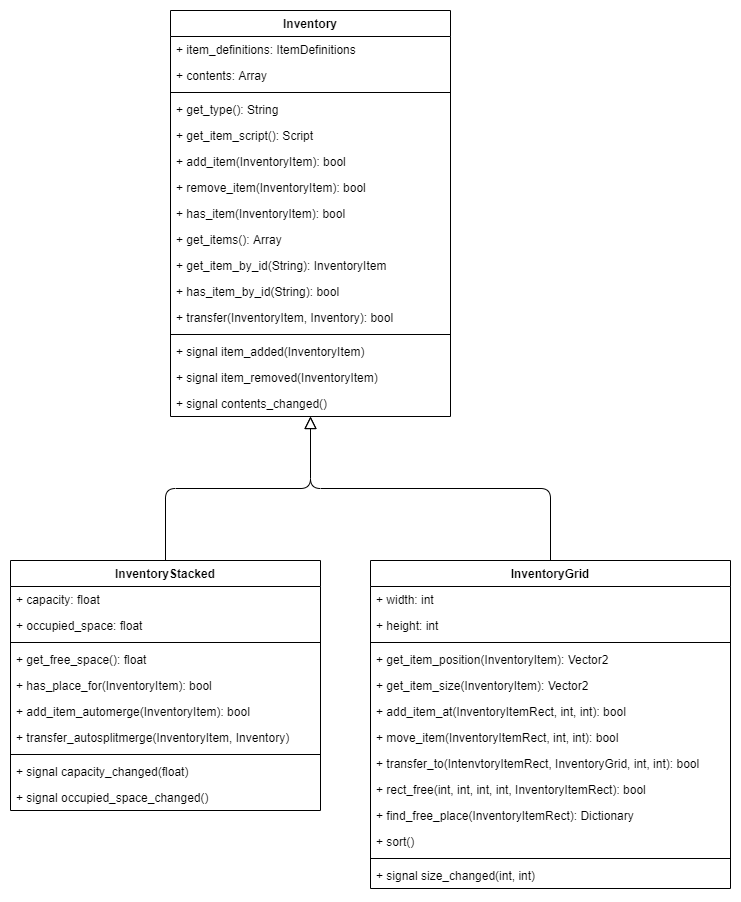
This is images/cd_inventory.png from peter-kish/gloot, a draw.io export, as it was before one commit. Source tidied: cells renumbered, new cells last; positions are measured from the earlier drawing's top-left corner, leaving out a move shared by most shapes.
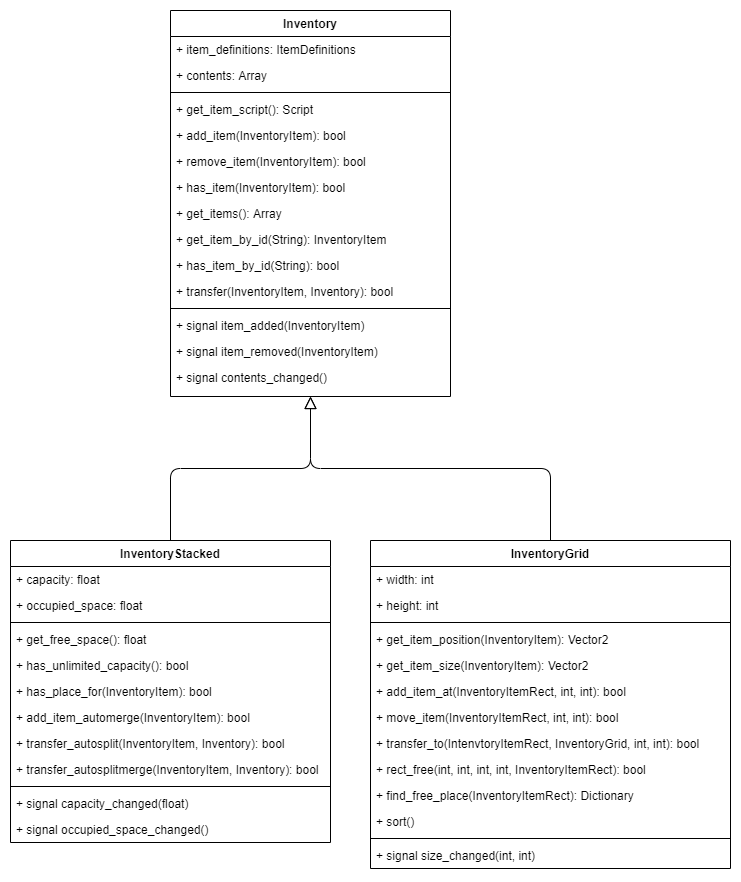
The same file after the commit.

Diff of the diagram source:
```diff
@@ -3,7 +3,7 @@
     <mxCell id="0" />
     <mxCell id="1" parent="0" />
     <mxCell id="2" value="Inventory" style="swimlane;fontStyle=1;align=center;verticalAlign=top;horizontal=1;startSize=26;shadow=0;strokeWidth=1;" parent="1" vertex="1">
-      <mxGeometry x="160" width="280" height="406" as="geometry" />
+      <mxGeometry x="160" width="280" height="386" as="geometry" />
     </mxCell>
     <mxCell id="3" value="+ item_definitions: ItemDefinitions" style="text;strokeColor=none;fillColor=none;align=left;verticalAlign=top;spacingLeft=4;spacingRight=4;overflow=hidden;" parent="2" vertex="1">
       <mxGeometry y="26" width="280" height="26" as="geometry" />
@@ -14,125 +14,128 @@
     <mxCell id="5" style="line;strokeWidth=1;fillColor=none;align=left;verticalAlign=middle;spacingTop=-1;spacingLeft=3;spacingRight=3;labelPosition=right;" parent="2" vertex="1">
       <mxGeometry y="78" width="280" height="8" as="geometry" />
     </mxCell>
-    <mxCell id="6" value="+ get_type(): String" style="text;strokeColor=none;fillColor=none;align=left;verticalAlign=top;spacingLeft=4;spacingRight=4;overflow=hidden;" parent="2" vertex="1">
+    <mxCell id="6" value="+ get_item_script(): Script" style="text;strokeColor=none;fillColor=none;align=left;verticalAlign=top;spacingLeft=4;spacingRight=4;overflow=hidden;" parent="2" vertex="1">
       <mxGeometry y="86" width="280" height="26" as="geometry" />
     </mxCell>
-    <mxCell id="7" value="+ get_item_script(): Script" style="text;strokeColor=none;fillColor=none;align=left;verticalAlign=top;spacingLeft=4;spacingRight=4;overflow=hidden;" parent="2" vertex="1">
+    <mxCell id="7" value="+ add_item(InventoryItem): bool" style="text;strokeColor=none;fillColor=none;align=left;verticalAlign=top;spacingLeft=4;spacingRight=4;overflow=hidden;" parent="2" vertex="1">
       <mxGeometry y="112" width="280" height="26" as="geometry" />
     </mxCell>
-    <mxCell id="8" value="+ add_item(InventoryItem): bool" style="text;strokeColor=none;fillColor=none;align=left;verticalAlign=top;spacingLeft=4;spacingRight=4;overflow=hidden;" parent="2" vertex="1">
+    <mxCell id="8" value="+ remove_item(InventoryItem): bool" style="text;align=left;verticalAlign=top;spacingLeft=4;spacingRight=4;overflow=hidden;fontStyle=0;" parent="2" vertex="1">
       <mxGeometry y="138" width="280" height="26" as="geometry" />
     </mxCell>
-    <mxCell id="9" value="+ remove_item(InventoryItem): bool" style="text;align=left;verticalAlign=top;spacingLeft=4;spacingRight=4;overflow=hidden;fontStyle=0;" parent="2" vertex="1">
+    <mxCell id="9" value="+ has_item(InventoryItem): bool" style="text;align=left;verticalAlign=top;spacingLeft=4;spacingRight=4;overflow=hidden;fontStyle=0;" parent="2" vertex="1">
       <mxGeometry y="164" width="280" height="26" as="geometry" />
     </mxCell>
-    <mxCell id="10" value="+ has_item(InventoryItem): bool" style="text;align=left;verticalAlign=top;spacingLeft=4;spacingRight=4;overflow=hidden;fontStyle=0;" parent="2" vertex="1">
+    <mxCell id="10" value="+ get_items(): Array" style="text;align=left;verticalAlign=top;spacingLeft=4;spacingRight=4;overflow=hidden;fontStyle=0;" parent="2" vertex="1">
       <mxGeometry y="190" width="280" height="26" as="geometry" />
     </mxCell>
-    <mxCell id="11" value="+ get_items(): Array" style="text;align=left;verticalAlign=top;spacingLeft=4;spacingRight=4;overflow=hidden;fontStyle=0;" parent="2" vertex="1">
+    <mxCell id="11" value="+ get_item_by_id(String): InventoryItem" style="text;align=left;verticalAlign=top;spacingLeft=4;spacingRight=4;overflow=hidden;fontStyle=0;" parent="2" vertex="1">
       <mxGeometry y="216" width="280" height="26" as="geometry" />
     </mxCell>
-    <mxCell id="12" value="+ get_item_by_id(String): InventoryItem" style="text;align=left;verticalAlign=top;spacingLeft=4;spacingRight=4;overflow=hidden;fontStyle=0;" parent="2" vertex="1">
+    <mxCell id="12" value="+ has_item_by_id(String): bool" style="text;align=left;verticalAlign=top;spacingLeft=4;spacingRight=4;overflow=hidden;fontStyle=0;" parent="2" vertex="1">
       <mxGeometry y="242" width="280" height="26" as="geometry" />
     </mxCell>
-    <mxCell id="13" value="+ has_item_by_id(String): bool" style="text;align=left;verticalAlign=top;spacingLeft=4;spacingRight=4;overflow=hidden;fontStyle=0;" parent="2" vertex="1">
+    <mxCell id="13" value="+ transfer(InventoryItem, Inventory): bool" style="text;align=left;verticalAlign=top;spacingLeft=4;spacingRight=4;overflow=hidden;fontStyle=0;" parent="2" vertex="1">
       <mxGeometry y="268" width="280" height="26" as="geometry" />
     </mxCell>
-    <mxCell id="14" value="+ transfer(InventoryItem, Inventory): bool" style="text;align=left;verticalAlign=top;spacingLeft=4;spacingRight=4;overflow=hidden;fontStyle=0;" parent="2" vertex="1">
-      <mxGeometry y="294" width="280" height="26" as="geometry" />
+    <mxCell id="14" style="line;html=1;strokeWidth=1;align=left;verticalAlign=middle;spacingTop=-1;spacingLeft=3;spacingRight=3;labelPosition=right;" parent="2" vertex="1">
+      <mxGeometry y="294" width="280" height="8" as="geometry" />
     </mxCell>
-    <mxCell id="15" style="line;html=1;strokeWidth=1;align=left;verticalAlign=middle;spacingTop=-1;spacingLeft=3;spacingRight=3;labelPosition=right;" parent="2" vertex="1">
-      <mxGeometry y="320" width="280" height="8" as="geometry" />
+    <mxCell id="15" value="+ signal item_added(InventoryItem)" style="text;strokeColor=none;fillColor=none;align=left;verticalAlign=top;spacingLeft=4;spacingRight=4;overflow=hidden;" parent="2" vertex="1">
+      <mxGeometry y="302" width="280" height="26" as="geometry" />
     </mxCell>
-    <mxCell id="16" value="+ signal item_added(InventoryItem)" style="text;strokeColor=none;fillColor=none;align=left;verticalAlign=top;spacingLeft=4;spacingRight=4;overflow=hidden;" parent="2" vertex="1">
+    <mxCell id="16" value="+ signal item_removed(InventoryItem)" style="text;strokeColor=none;fillColor=none;align=left;verticalAlign=top;spacingLeft=4;spacingRight=4;overflow=hidden;" parent="2" vertex="1">
       <mxGeometry y="328" width="280" height="26" as="geometry" />
     </mxCell>
-    <mxCell id="17" value="+ signal item_removed(InventoryItem)" style="text;strokeColor=none;fillColor=none;align=left;verticalAlign=top;spacingLeft=4;spacingRight=4;overflow=hidden;" parent="2" vertex="1">
+    <mxCell id="17" value="+ signal contents_changed()" style="text;strokeColor=none;fillColor=none;align=left;verticalAlign=top;spacingLeft=4;spacingRight=4;overflow=hidden;" parent="2" vertex="1">
       <mxGeometry y="354" width="280" height="26" as="geometry" />
     </mxCell>
-    <mxCell id="18" value="+ signal contents_changed()" style="text;strokeColor=none;fillColor=none;align=left;verticalAlign=top;spacingLeft=4;spacingRight=4;overflow=hidden;points=[[0,0.5],[1,0.5]];portConstraint=eastwest;" parent="2" vertex="1">
-      <mxGeometry y="380" width="280" height="26" as="geometry" />
+    <mxCell id="18" value="InventoryStacked" style="swimlane;fontStyle=1;align=center;verticalAlign=top;horizontal=1;startSize=26;shadow=0;strokeWidth=1;" parent="1" vertex="1">
+      <mxGeometry y="530" width="320" height="302" as="geometry" />
     </mxCell>
-    <mxCell id="19" value="InventoryStacked" style="swimlane;fontStyle=1;align=center;verticalAlign=top;horizontal=1;startSize=26;shadow=0;strokeWidth=1;" parent="1" vertex="1">
-      <mxGeometry y="550" width="310" height="250" as="geometry" />
+    <mxCell id="19" value="+ capacity: float" style="text;align=left;verticalAlign=top;spacingLeft=4;spacingRight=4;overflow=hidden;points=[[0,0.5],[1,0.5]];portConstraint=eastwest;" parent="18" vertex="1">
+      <mxGeometry y="26" width="320" height="26" as="geometry" />
     </mxCell>
-    <mxCell id="20" value="+ capacity: float" style="text;align=left;verticalAlign=top;spacingLeft=4;spacingRight=4;overflow=hidden;" parent="19" vertex="1">
-      <mxGeometry y="26" width="310" height="26" as="geometry" />
+    <mxCell id="20" value="+ occupied_space: float" style="text;strokeColor=none;fillColor=none;align=left;verticalAlign=top;spacingLeft=4;spacingRight=4;overflow=hidden;" parent="18" vertex="1">
+      <mxGeometry y="52" width="320" height="26" as="geometry" />
     </mxCell>
-    <mxCell id="21" value="+ occupied_space: float" style="text;strokeColor=none;fillColor=none;align=left;verticalAlign=top;spacingLeft=4;spacingRight=4;overflow=hidden;" parent="19" vertex="1">
-      <mxGeometry y="52" width="310" height="26" as="geometry" />
+    <mxCell id="21" style="line;html=1;strokeWidth=1;align=left;verticalAlign=middle;spacingTop=-1;spacingLeft=3;spacingRight=3;labelPosition=right;" parent="18" vertex="1">
+      <mxGeometry y="78" width="320" height="8" as="geometry" />
     </mxCell>
-    <mxCell id="22" style="line;html=1;strokeWidth=1;align=left;verticalAlign=middle;spacingTop=-1;spacingLeft=3;spacingRight=3;labelPosition=right;" parent="19" vertex="1">
-      <mxGeometry y="78" width="310" height="8" as="geometry" />
+    <mxCell id="22" value="+ get_free_space(): float" style="text;strokeColor=none;fillColor=none;align=left;verticalAlign=top;spacingLeft=4;spacingRight=4;overflow=hidden;" parent="18" vertex="1">
+      <mxGeometry y="86" width="320" height="26" as="geometry" />
     </mxCell>
-    <mxCell id="23" value="+ get_free_space(): float" style="text;strokeColor=none;fillColor=none;align=left;verticalAlign=top;spacingLeft=4;spacingRight=4;overflow=hidden;" parent="19" vertex="1">
-      <mxGeometry y="86" width="310" height="26" as="geometry" />
+    <mxCell id="23" value="+ has_unlimited_capacity(): bool" style="text;strokeColor=none;fillColor=none;align=left;verticalAlign=top;spacingLeft=4;spacingRight=4;overflow=hidden;" parent="18" vertex="1">
+      <mxGeometry y="112" width="320" height="26" as="geometry" />
     </mxCell>
-    <mxCell id="24" value="+ has_place_for(InventoryItem): bool" style="text;strokeColor=none;fillColor=none;align=left;verticalAlign=top;spacingLeft=4;spacingRight=4;overflow=hidden;" parent="19" vertex="1">
-      <mxGeometry y="112" width="310" height="26" as="geometry" />
+    <mxCell id="24" value="+ has_place_for(InventoryItem): bool" style="text;strokeColor=none;fillColor=none;align=left;verticalAlign=top;spacingLeft=4;spacingRight=4;overflow=hidden;" parent="18" vertex="1">
+      <mxGeometry y="138" width="320" height="26" as="geometry" />
     </mxCell>
-    <mxCell id="25" value="+ add_item_automerge(InventoryItem): bool" style="text;strokeColor=none;fillColor=none;align=left;verticalAlign=top;spacingLeft=4;spacingRight=4;overflow=hidden;" parent="19" vertex="1">
-      <mxGeometry y="138" width="310" height="26" as="geometry" />
+    <mxCell id="25" value="+ add_item_automerge(InventoryItem): bool" style="text;strokeColor=none;fillColor=none;align=left;verticalAlign=top;spacingLeft=4;spacingRight=4;overflow=hidden;" parent="18" vertex="1">
+      <mxGeometry y="164" width="320" height="26" as="geometry" />
     </mxCell>
-    <mxCell id="26" value="+ transfer_autosplitmerge(InventoryItem, Inventory)" style="text;strokeColor=none;fillColor=none;align=left;verticalAlign=top;spacingLeft=4;spacingRight=4;overflow=hidden;" parent="19" vertex="1">
-      <mxGeometry y="164" width="310" height="26" as="geometry" />
+    <mxCell id="26" value="+ transfer_autosplit(InventoryItem, Inventory): bool" style="text;strokeColor=none;fillColor=none;align=left;verticalAlign=top;spacingLeft=4;spacingRight=4;overflow=hidden;" parent="18" vertex="1">
+      <mxGeometry y="190" width="320" height="26" as="geometry" />
     </mxCell>
-    <mxCell id="27" style="line;strokeWidth=1;fillColor=none;align=left;verticalAlign=middle;spacingTop=-1;spacingLeft=3;spacingRight=3;labelPosition=right;" parent="19" vertex="1">
-      <mxGeometry y="190" width="310" height="8" as="geometry" />
+    <mxCell id="27" value="+ transfer_autosplitmerge(InventoryItem, Inventory): bool" style="text;strokeColor=none;fillColor=none;align=left;verticalAlign=top;spacingLeft=4;spacingRight=4;overflow=hidden;" parent="18" vertex="1">
+      <mxGeometry y="216" width="320" height="26" as="geometry" />
     </mxCell>
-    <mxCell id="28" value="+ signal capacity_changed(float)" style="text;strokeColor=none;fillColor=none;align=left;verticalAlign=top;spacingLeft=4;spacingRight=4;overflow=hidden;" parent="19" vertex="1">
-      <mxGeometry y="198" width="310" height="26" as="geometry" />
+    <mxCell id="28" style="line;strokeWidth=1;fillColor=none;align=left;verticalAlign=middle;spacingTop=-1;spacingLeft=3;spacingRight=3;labelPosition=right;" parent="18" vertex="1">
+      <mxGeometry y="242" width="320" height="8" as="geometry" />
     </mxCell>
-    <mxCell id="29" value="+ signal occupied_space_changed()" style="text;strokeColor=none;fillColor=none;align=left;verticalAlign=top;spacingLeft=4;spacingRight=4;overflow=hidden;" parent="19" vertex="1">
-      <mxGeometry y="224" width="310" height="26" as="geometry" />
+    <mxCell id="29" value="+ signal capacity_changed(float)" style="text;strokeColor=none;fillColor=none;align=left;verticalAlign=top;spacingLeft=4;spacingRight=4;overflow=hidden;" parent="18" vertex="1">
+      <mxGeometry y="250" width="320" height="26" as="geometry" />
     </mxCell>
-    <mxCell id="30" value="InventoryGrid" style="swimlane;fontStyle=1;align=center;verticalAlign=top;horizontal=1;startSize=26;shadow=0;strokeWidth=1;" parent="1" vertex="1">
-      <mxGeometry x="360" y="550" width="360" height="328" as="geometry" />
+    <mxCell id="30" value="+ signal occupied_space_changed()" style="text;strokeColor=none;fillColor=none;align=left;verticalAlign=top;spacingLeft=4;spacingRight=4;overflow=hidden;points=[[0,0.5],[1,0.5]];portConstraint=eastwest;" parent="18" vertex="1">
+      <mxGeometry y="276" width="320" height="26" as="geometry" />
     </mxCell>
-    <mxCell id="31" value="+ width: int" style="text;align=left;verticalAlign=top;spacingLeft=4;spacingRight=4;overflow=hidden;points=[[0,0.5],[1,0.5]];portConstraint=eastwest;" parent="30" vertex="1">
-      <mxGeometry y="26" width="360" height="26" as="geometry" />
+    <mxCell id="31" value="InventoryGrid" style="swimlane;fontStyle=1;align=center;verticalAlign=top;horizontal=1;startSize=26;shadow=0;strokeWidth=1;" parent="1" vertex="1">
+      <mxGeometry x="360" y="530" width="360" height="328" as="geometry" />
     </mxCell>
-    <mxCell id="32" value="+ height: int" style="text;align=left;verticalAlign=top;spacingLeft=4;spacingRight=4;overflow=hidden;" parent="30" vertex="1">
-      <mxGeometry y="52" width="360" height="26" as="geometry" />
+    <mxCell id="32" value="+ width: int" style="text;align=left;verticalAlign=top;spacingLeft=4;spacingRight=4;overflow=hidden;" parent="31" vertex="1">
+      <mxGeometry y="26" width="360" height="26" as="geometry" />
     </mxCell>
-    <mxCell id="33" style="line;html=1;strokeWidth=1;align=left;verticalAlign=middle;spacingTop=-1;spacingLeft=3;spacingRight=3;labelPosition=right;" parent="30" vertex="1">
-      <mxGeometry y="78" width="360" height="8" as="geometry" />
+    <mxCell id="33" value="+ height: int" style="text;align=left;verticalAlign=top;spacingLeft=4;spacingRight=4;overflow=hidden;" parent="31" vertex="1">
+      <mxGeometry y="52" width="360" height="26" as="geometry" />
     </mxCell>
-    <mxCell id="34" value="+ get_item_position(InventoryItem): Vector2" style="text;strokeColor=none;fillColor=none;align=left;verticalAlign=top;spacingLeft=4;spacingRight=4;overflow=hidden;" parent="30" vertex="1">
-      <mxGeometry y="86" width="360" height="26" as="geometry" />
+    <mxCell id="34" style="line;html=1;strokeWidth=1;align=left;verticalAlign=middle;spacingTop=-1;spacingLeft=3;spacingRight=3;labelPosition=right;" parent="31" vertex="1">
+      <mxGeometry y="78" width="360" height="8" as="geometry" />
     </mxCell>
-    <mxCell id="35" value="+ get_item_size(InventoryItem): Vector2" style="text;strokeColor=none;fillColor=none;align=left;verticalAlign=top;spacingLeft=4;spacingRight=4;overflow=hidden;" parent="30" vertex="1">
-      <mxGeometry y="112" width="360" height="26" as="geometry" />
+    <mxCell id="35" value="+ get_item_position(InventoryItem): Vector2" style="text;strokeColor=none;fillColor=none;align=left;verticalAlign=top;spacingLeft=4;spacingRight=4;overflow=hidden;" parent="31" vertex="1">
+      <mxGeometry y="86" width="360" height="26" as="geometry" />
     </mxCell>
-    <mxCell id="36" value="+ add_item_at(InventoryItemRect, int, int): bool" style="text;strokeColor=none;fillColor=none;align=left;verticalAlign=top;spacingLeft=4;spacingRight=4;overflow=hidden;" parent="30" vertex="1">
-      <mxGeometry y="138" width="360" height="26" as="geometry" />
+    <mxCell id="36" value="+ get_item_size(InventoryItem): Vector2" style="text;strokeColor=none;fillColor=none;align=left;verticalAlign=top;spacingLeft=4;spacingRight=4;overflow=hidden;" parent="31" vertex="1">
+      <mxGeometry y="112" width="360" height="26" as="geometry" />
     </mxCell>
-    <mxCell id="37" value="+ move_item(InventoryItemRect, int, int): bool" style="text;strokeColor=none;fillColor=none;align=left;verticalAlign=top;spacingLeft=4;spacingRight=4;overflow=hidden;" parent="30" vertex="1">
-      <mxGeometry y="164" width="360" height="26" as="geometry" />
+    <mxCell id="37" value="+ add_item_at(InventoryItemRect, int, int): bool" style="text;strokeColor=none;fillColor=none;align=left;verticalAlign=top;spacingLeft=4;spacingRight=4;overflow=hidden;" parent="31" vertex="1">
+      <mxGeometry y="138" width="360" height="26" as="geometry" />
     </mxCell>
-    <mxCell id="38" value="+ transfer_to(IntenvtoryItemRect, InventoryGrid, int, int): bool" style="text;strokeColor=none;fillColor=none;align=left;verticalAlign=top;spacingLeft=4;spacingRight=4;overflow=hidden;" parent="30" vertex="1">
-      <mxGeometry y="190" width="360" height="26" as="geometry" />
+    <mxCell id="38" value="+ move_item(InventoryItemRect, int, int): bool" style="text;strokeColor=none;fillColor=none;align=left;verticalAlign=top;spacingLeft=4;spacingRight=4;overflow=hidden;" parent="31" vertex="1">
+      <mxGeometry y="164" width="360" height="26" as="geometry" />
     </mxCell>
-    <mxCell id="39" value="+ rect_free(int, int, int, int, InventoryItemRect): bool" style="text;strokeColor=none;fillColor=none;align=left;verticalAlign=top;spacingLeft=4;spacingRight=4;overflow=hidden;" parent="30" vertex="1">
-      <mxGeometry y="216" width="360" height="26" as="geometry" />
+    <mxCell id="39" value="+ transfer_to(IntenvtoryItemRect, InventoryGrid, int, int): bool" style="text;strokeColor=none;fillColor=none;align=left;verticalAlign=top;spacingLeft=4;spacingRight=4;overflow=hidden;" parent="31" vertex="1">
+      <mxGeometry y="190" width="360" height="26" as="geometry" />
     </mxCell>
-    <mxCell id="40" value="+ find_free_place(InventoryItemRect): Dictionary" style="text;strokeColor=none;fillColor=none;align=left;verticalAlign=top;spacingLeft=4;spacingRight=4;overflow=hidden;" parent="30" vertex="1">
-      <mxGeometry y="242" width="360" height="26" as="geometry" />
+    <mxCell id="40" value="+ rect_free(int, int, int, int, InventoryItemRect): bool" style="text;strokeColor=none;fillColor=none;align=left;verticalAlign=top;spacingLeft=4;spacingRight=4;overflow=hidden;" parent="31" vertex="1">
+      <mxGeometry y="216" width="360" height="26" as="geometry" />
     </mxCell>
-    <mxCell id="41" value="+ sort()" style="text;strokeColor=none;fillColor=none;align=left;verticalAlign=top;spacingLeft=4;spacingRight=4;overflow=hidden;" parent="30" vertex="1">
-      <mxGeometry y="268" width="360" height="26" as="geometry" />
+    <mxCell id="41" value="+ find_free_place(InventoryItemRect): Dictionary" style="text;strokeColor=none;fillColor=none;align=left;verticalAlign=top;spacingLeft=4;spacingRight=4;overflow=hidden;" parent="31" vertex="1">
+      <mxGeometry y="242" width="360" height="26" as="geometry" />
     </mxCell>
-    <mxCell id="42" style="line;strokeWidth=1;fillColor=none;align=left;verticalAlign=middle;spacingTop=-1;spacingLeft=3;spacingRight=3;labelPosition=right;" parent="30" vertex="1">
-      <mxGeometry y="294" width="360" height="8" as="geometry" />
+    <mxCell id="42" value="+ sort()" style="text;strokeColor=none;fillColor=none;align=left;verticalAlign=top;spacingLeft=4;spacingRight=4;overflow=hidden;" parent="31" vertex="1">
+      <mxGeometry y="268" width="360" height="26" as="geometry" />
     </mxCell>
-    <mxCell id="43" value="+ signal size_changed(int, int)" style="text;strokeColor=none;fillColor=none;align=left;verticalAlign=top;spacingLeft=4;spacingRight=4;overflow=hidden;" parent="30" vertex="1">
-      <mxGeometry y="302" width="360" height="26" as="geometry" />
+    <mxCell id="43" style="line;strokeWidth=1;fillColor=none;align=left;verticalAlign=middle;spacingTop=-1;spacingLeft=3;spacingRight=3;labelPosition=right;" parent="31" vertex="1">
+      <mxGeometry y="294" width="360" height="8" as="geometry" />
     </mxCell>
-    <mxCell id="44" style="endArrow=block;endSize=10;endFill=0;shadow=0;strokeWidth=1;edgeStyle=elbowEdgeStyle;elbow=vertical;" parent="1" edge="1" source="30" target="2">
-      <mxGeometry relative="1" as="geometry" />
+    <mxCell id="44" value="+ signal size_changed(int, int)" style="text;strokeColor=none;fillColor=none;align=left;verticalAlign=top;spacingLeft=4;spacingRight=4;overflow=hidden;" parent="31" vertex="1">
+      <mxGeometry y="302" width="360" height="26" as="geometry" />
     </mxCell>
-    <mxCell id="45" style="endArrow=block;endSize=10;endFill=0;shadow=0;strokeWidth=1;edgeStyle=elbowEdgeStyle;elbow=vertical;" parent="1" edge="1" source="19" target="2">
+    <mxCell id="45" style="endArrow=block;endSize=10;endFill=0;shadow=0;strokeWidth=1;edgeStyle=elbowEdgeStyle;elbow=vertical;" parent="1" edge="1" source="31" target="2">
       <mxGeometry relative="1" as="geometry" />
     </mxCell>
+    <mxCell id="46" style="endArrow=block;endSize=10;endFill=0;shadow=0;strokeWidth=1;edgeStyle=elbowEdgeStyle;elbow=vertical;" parent="1" edge="1" source="18" target="2">
+      <mxGeometry relative="1" as="geometry" />
+    </mxCell>
   </root>
 </mxGraphModel>
```
